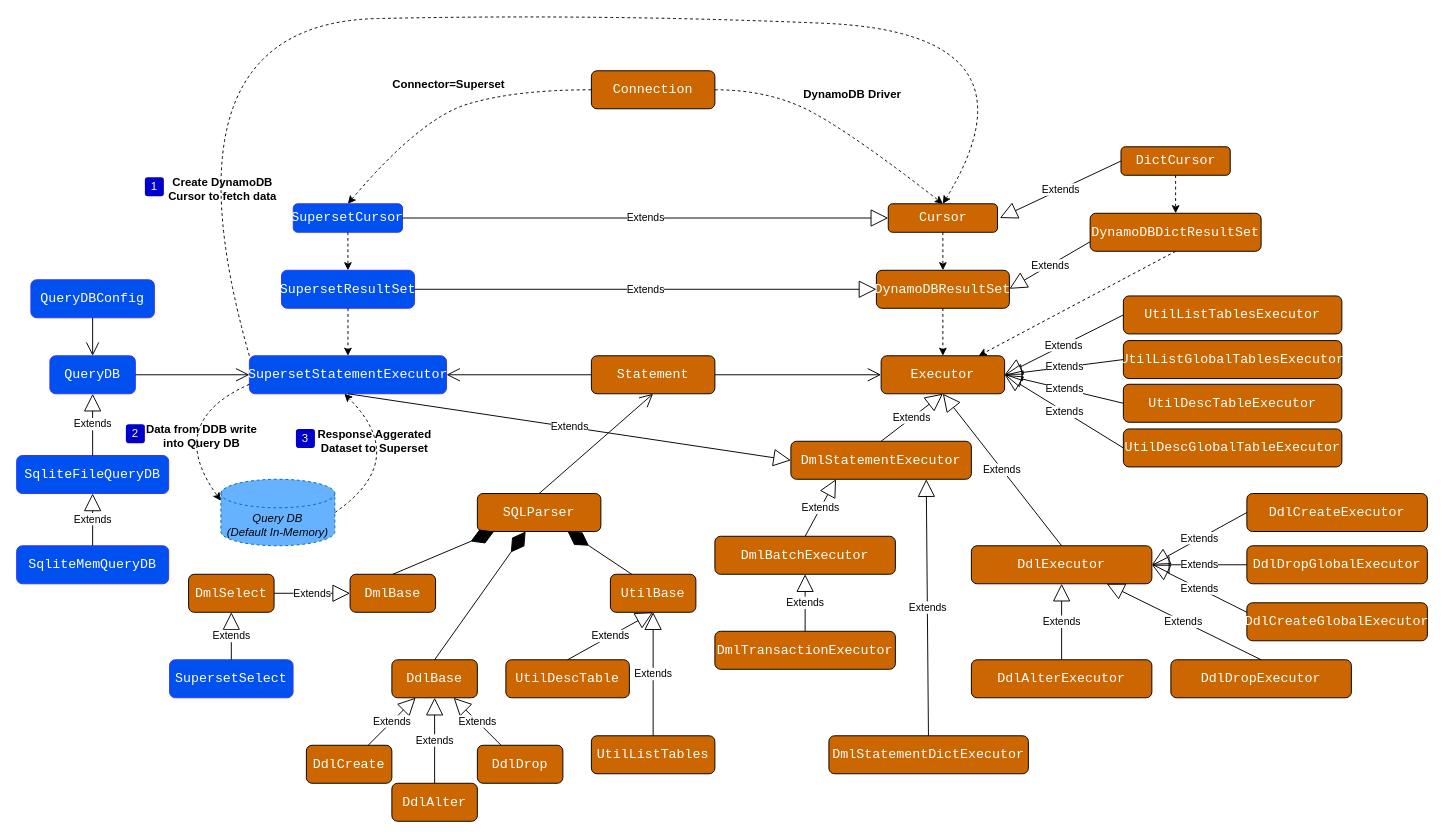
Earlier version of the draw.io diagram PyDynamoDB.drawio (passren/docs). Source tidied: cells renumbered, new cells numbered last; positions are measured from the earlier drawing's top-left corner, leaving out a move shared by most shapes. Both pictures are drawn from the tidied source at 95%, with x=0, y=0 at pixel (16, 13).
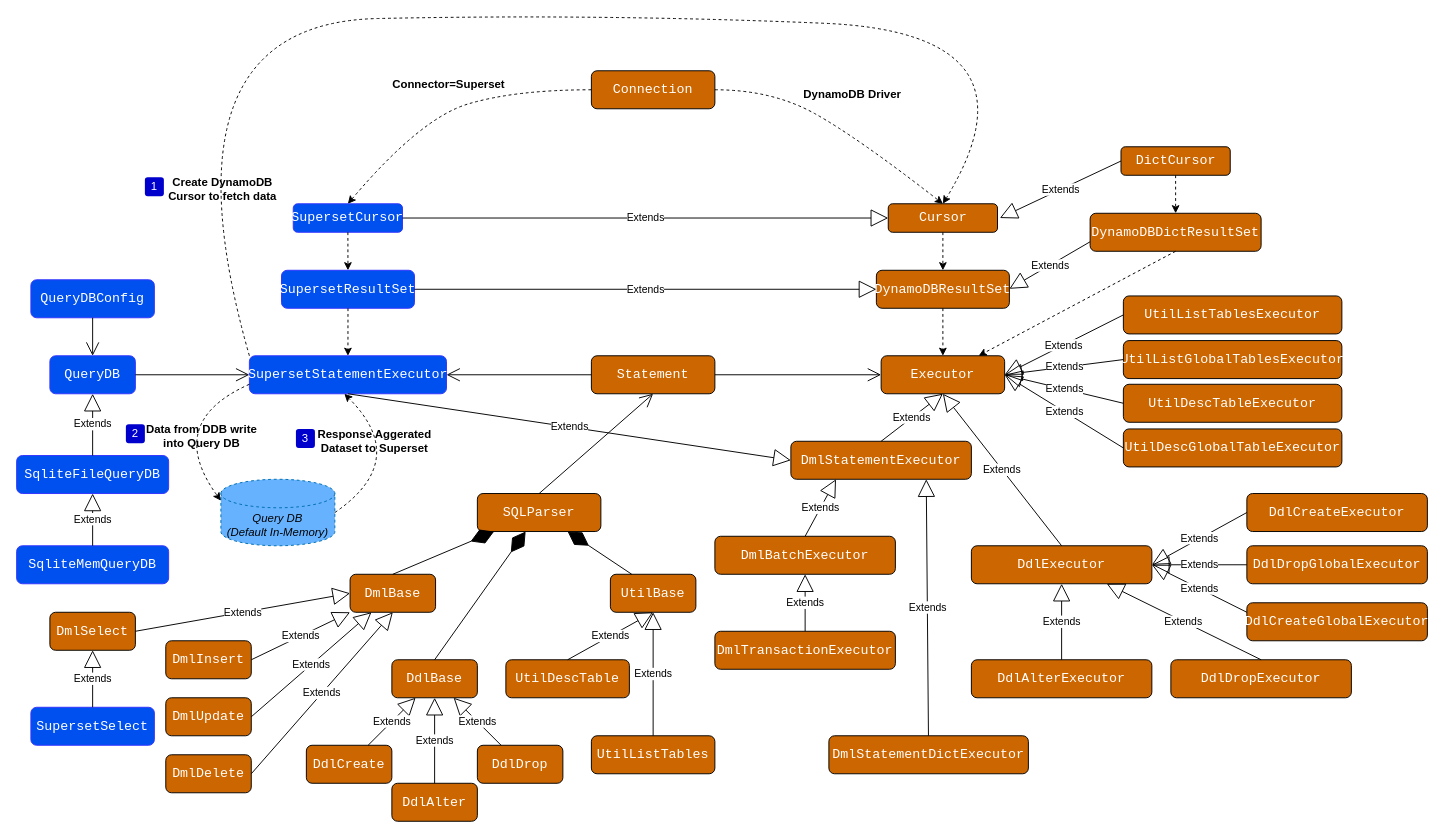
Above is the later version.

The change refers to these unchanged cells:
```xml
<mxCell id="41" value="&lt;div style=&quot;font-family: Consolas, &amp;quot;Courier New&amp;quot;, monospace; font-size: 14px; line-height: 19px;&quot;&gt;&lt;span style=&quot;&quot;&gt;DmlBase&lt;/span&gt;&lt;/div&gt;" style="rounded=1;whiteSpace=wrap;html=1;fillColor=#CC6600;fontColor=#FFFFFF;labelBackgroundColor=none;" parent="1" vertex="1">
  <mxGeometry x="351" y="590" width="90" height="40" as="geometry" />
</mxCell>
```

Change to the diagram source:
```diff
@@
-<mxGraphModel>
+<mxGraphModel background="#ffffff">
@@
     <mxCell id="42" value="&lt;div style=&quot;font-family: Consolas, &amp;quot;Courier New&amp;quot;, monospace; font-size: 14px; line-height: 19px;&quot;&gt;&lt;div style=&quot;line-height: 19px;&quot;&gt;&lt;span style=&quot;&quot;&gt;DmlSelect&lt;/span&gt;&lt;/div&gt;&lt;/div&gt;" style="rounded=1;whiteSpace=wrap;html=1;fillColor=#CC6600;fontColor=#FFFFFF;labelBackgroundColor=none;" parent="1" vertex="1">
-      <mxGeometry x="181" y="590" width="90" height="40" as="geometry" />
+      <mxGeometry x="35" y="630" width="90" height="40" as="geometry" />
     </mxCell>
@@
     <mxCell id="56" value="&lt;div style=&quot;font-family: Consolas, &amp;quot;Courier New&amp;quot;, monospace; font-size: 14px; line-height: 19px;&quot;&gt;&lt;div style=&quot;line-height: 19px;&quot;&gt;&lt;div style=&quot;line-height: 19px;&quot;&gt;&lt;span style=&quot;&quot;&gt;SupersetSelect&lt;/span&gt;&lt;/div&gt;&lt;/div&gt;&lt;/div&gt;" style="rounded=1;whiteSpace=wrap;html=1;fillColor=#0050ef;fontColor=#ffffff;labelBackgroundColor=none;strokeColor=#3333FF;" parent="1" vertex="1">
-      <mxGeometry x="161" y="680" width="130" height="40" as="geometry" />
+      <mxGeometry x="15" y="730" width="130" height="40" as="geometry" />
     </mxCell>
@@
+    <mxCell id="97" value="&lt;div style=&quot;font-family: Consolas, &amp;quot;Courier New&amp;quot;, monospace; font-size: 14px; line-height: 19px;&quot;&gt;&lt;div style=&quot;line-height: 19px;&quot;&gt;&lt;span style=&quot;&quot;&gt;DmlInsert&lt;/span&gt;&lt;/div&gt;&lt;/div&gt;" style="rounded=1;whiteSpace=wrap;html=1;fillColor=#CC6600;fontColor=#FFFFFF;labelBackgroundColor=none;" parent="1" vertex="1">
+      <mxGeometry x="157" y="660" width="90" height="40" as="geometry" />
+    </mxCell>
+    <mxCell id="98" value="Extends" style="endArrow=block;endSize=16;endFill=0;html=1;rounded=0;exitX=1;exitY=0.5;exitDx=0;exitDy=0;entryX=0;entryY=1;entryDx=0;entryDy=0;" parent="1" edge="1" source="97" target="41">
+      <mxGeometry relative="1" as="geometry" />
+    </mxCell>
+    <mxCell id="99" value="&lt;div style=&quot;font-family: Consolas, &amp;quot;Courier New&amp;quot;, monospace; font-size: 14px; line-height: 19px;&quot;&gt;&lt;div style=&quot;line-height: 19px;&quot;&gt;&lt;span style=&quot;&quot;&gt;DmlUpdate&lt;/span&gt;&lt;/div&gt;&lt;/div&gt;" style="rounded=1;whiteSpace=wrap;html=1;fillColor=#CC6600;fontColor=#FFFFFF;labelBackgroundColor=none;" parent="1" vertex="1">
+      <mxGeometry x="157" y="720" width="90" height="40" as="geometry" />
+    </mxCell>
+    <mxCell id="100" value="&lt;div style=&quot;font-family: Consolas, &amp;quot;Courier New&amp;quot;, monospace; font-size: 14px; line-height: 19px;&quot;&gt;&lt;div style=&quot;line-height: 19px;&quot;&gt;&lt;span style=&quot;&quot;&gt;DmlDelete&lt;/span&gt;&lt;/div&gt;&lt;/div&gt;" style="rounded=1;whiteSpace=wrap;html=1;fillColor=#CC6600;fontColor=#FFFFFF;labelBackgroundColor=none;" parent="1" vertex="1">
+      <mxGeometry x="157" y="780" width="90" height="40" as="geometry" />
+    </mxCell>
+    <mxCell id="101" value="Extends" style="endArrow=block;endSize=16;endFill=0;html=1;rounded=0;exitX=1;exitY=0.5;exitDx=0;exitDy=0;entryX=0.25;entryY=1;entryDx=0;entryDy=0;" parent="1" edge="1" source="99" target="41">
+      <mxGeometry relative="1" as="geometry" />
+    </mxCell>
+    <mxCell id="102" value="Extends" style="endArrow=block;endSize=16;endFill=0;html=1;rounded=0;exitX=1;exitY=0.5;exitDx=0;exitDy=0;entryX=0.5;entryY=1;entryDx=0;entryDy=0;" parent="1" edge="1" source="100" target="41">
+      <mxGeometry relative="1" as="geometry" />
+    </mxCell>
```
